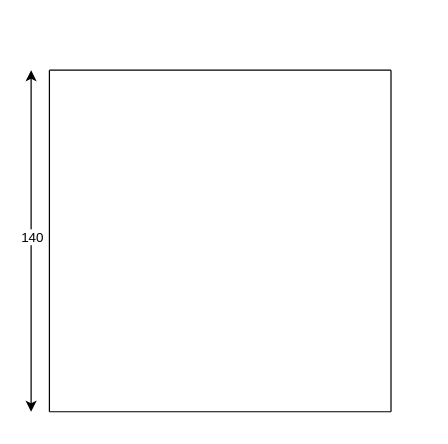
Earlier version of the draw.io diagram 鞋柜.drawio (huaxiaojilzg/workflow_draw). Source tidied: cells renumbered, new cells numbered last; positions are measured from the earlier drawing's top-left corner, leaving out a move shared by most shapes. Both pictures are drawn from the tidied source at 122%, with x=0, y=0 at pixel (30, 70).
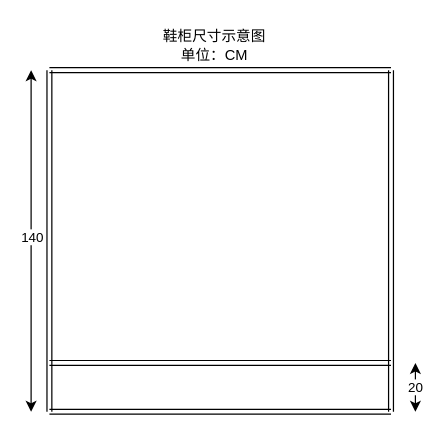
The same page after the edit.

Diff of the diagram source:
```diff
@@
 <mxGraphModel>
   <root>
     <mxCell id="0" />
     <mxCell id="1" parent="0" />
-    <mxCell id="2" style="endArrow=none;html=1;rounded=0;" parent="1" edge="1">
-      <mxGeometry relative="1" as="geometry">
-        <mxPoint x="15" y="280" as="sourcePoint" />
-        <mxPoint x="15" as="targetPoint" />
-      </mxGeometry>
-    </mxCell>
-    <mxCell id="3" style="endArrow=none;html=1;rounded=0;" parent="1" edge="1">
-      <mxGeometry relative="1" as="geometry">
-        <mxPoint x="295" y="280" as="sourcePoint" />
-        <mxPoint x="295" as="targetPoint" />
-      </mxGeometry>
-    </mxCell>
-    <mxCell id="4" style="endArrow=none;html=1;rounded=0;" parent="1" edge="1">
-      <mxGeometry relative="1" as="geometry">
-        <mxPoint x="295" y="280" as="sourcePoint" />
-        <mxPoint x="15" y="280" as="targetPoint" />
-      </mxGeometry>
-    </mxCell>
-    <mxCell id="5" style="endArrow=none;html=1;rounded=0;" parent="1" edge="1">
-      <mxGeometry relative="1" as="geometry">
-        <mxPoint x="295" as="sourcePoint" />
-        <mxPoint x="15" as="targetPoint" />
-      </mxGeometry>
-    </mxCell>
     <mxCell id="6" style="endArrow=classic;startArrow=classic;html=1;rounded=0;" parent="1" edge="1">
       <mxGeometry relative="1" as="geometry">
         <mxPoint y="280" as="sourcePoint" />
         <mxPoint as="targetPoint" />
       </mxGeometry>
     </mxCell>
     <mxCell id="7" value="140" style="edgeLabel;html=1;align=center;verticalAlign=middle;" parent="6" vertex="1">
       <mxGeometry x="0.03" relative="1" as="geometry" />
     </mxCell>
+    <mxCell id="8" style="endArrow=classic;startArrow=classic;html=1;rounded=0;" parent="1" edge="1">
+      <mxGeometry relative="1" as="geometry">
+        <mxPoint x="315" y="280" as="sourcePoint" />
+        <mxPoint x="315" y="240" as="targetPoint" />
+      </mxGeometry>
+    </mxCell>
+    <mxCell id="9" value="20" style="edgeLabel;html=1;align=center;verticalAlign=middle;" parent="8" vertex="1">
+      <mxGeometry x="0.04" y="1" relative="1" as="geometry" />
+    </mxCell>
+    <mxCell id="10" value="鞋柜尺寸示意图&lt;br&gt;单位：CM" style="text;html=1;align=center;verticalAlign=middle;strokeColor=none;fillColor=none;" parent="1" vertex="1">
+      <mxGeometry x="95" y="-40" width="110" height="40" as="geometry" />
+    </mxCell>
+    <mxCell id="11" style="shape=link;html=1;rounded=0;" parent="1" edge="1">
+      <mxGeometry relative="1" as="geometry">
+        <mxPoint x="15" y="280" as="sourcePoint" />
+        <mxPoint x="15" as="targetPoint" />
+      </mxGeometry>
+    </mxCell>
+    <mxCell id="12" style="shape=link;html=1;rounded=0;" parent="1" edge="1">
+      <mxGeometry relative="1" as="geometry">
+        <mxPoint x="295" y="280" as="sourcePoint" />
+        <mxPoint x="295" as="targetPoint" />
+      </mxGeometry>
+    </mxCell>
+    <mxCell id="13" style="shape=link;html=1;rounded=0;" parent="1" edge="1">
+      <mxGeometry relative="1" as="geometry">
+        <mxPoint x="295" as="sourcePoint" />
+        <mxPoint x="15" as="targetPoint" />
+      </mxGeometry>
+    </mxCell>
+    <mxCell id="14" style="shape=link;html=1;rounded=0;" parent="1" edge="1">
+      <mxGeometry relative="1" as="geometry">
+        <mxPoint x="295" y="280" as="sourcePoint" />
+        <mxPoint x="15" y="280" as="targetPoint" />
+      </mxGeometry>
+    </mxCell>
+    <mxCell id="15" style="shape=link;html=1;rounded=0;" parent="1" edge="1">
+      <mxGeometry relative="1" as="geometry">
+        <mxPoint x="295" y="240" as="sourcePoint" />
+        <mxPoint x="15" y="240" as="targetPoint" />
+      </mxGeometry>
+    </mxCell>
   </root>
 </mxGraphModel>
```
